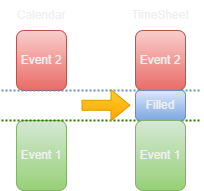
Above: images/Empty_General.png in JanVasko1/KM-Calendar_Reading (draw.io), before the change. Source tidied: cells renumbered, new cells last; positions are measured from the earlier drawing's top-left corner, leaving out a move shared by most shapes.
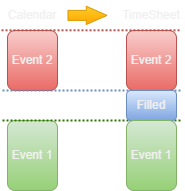
The same file after the commit.

The edit, as a diff of the source:
```diff
@@ -8,32 +8,32 @@
     <mxCell id="3" value="Event 2" style="rounded=1;whiteSpace=wrap;html=1;fillColor=#f8cecc;strokeColor=#b85450;gradientColor=#ea6b66;" parent="1" vertex="1">
       <mxGeometry x="15" y="30" width="50" height="60" as="geometry" />
     </mxCell>
-    <mxCell id="4" style="endArrow=none;dashed=1;html=1;dashPattern=1 1;strokeWidth=2;rounded=0;fillColor=#dae8fc;strokeColor=#6c8ebf;gradientColor=#7ea6e0;" parent="1" edge="1">
-      <mxGeometry relative="1" as="geometry">
-        <mxPoint y="90" as="sourcePoint" />
-        <mxPoint x="200" y="90" as="targetPoint" />
-      </mxGeometry>
+    <mxCell id="4" value="Calendar" style="text;html=1;align=center;verticalAlign=middle;whiteSpace=wrap;rounded=0;" parent="1" vertex="1">
+      <mxGeometry x="10" width="60" height="30" as="geometry" />
     </mxCell>
-    <mxCell id="5" style="endArrow=none;dashed=1;html=1;dashPattern=1 1;strokeWidth=2;rounded=0;fillColor=#60a917;strokeColor=#2D7600;" parent="1" edge="1">
-      <mxGeometry relative="1" as="geometry">
-        <mxPoint y="120" as="sourcePoint" />
-        <mxPoint x="200" y="120" as="targetPoint" />
-      </mxGeometry>
+    <mxCell id="5" value="TimeSheet" style="text;html=1;align=center;verticalAlign=middle;whiteSpace=wrap;rounded=0;" parent="1" vertex="1">
+      <mxGeometry x="129" width="60" height="30" as="geometry" />
     </mxCell>
-    <mxCell id="6" value="Calendar" style="text;html=1;align=center;verticalAlign=middle;whiteSpace=wrap;rounded=0;" parent="1" vertex="1">
-      <mxGeometry x="10" width="60" height="30" as="geometry" />
+    <mxCell id="6" style="shape=flexArrow;endArrow=classic;html=1;rounded=0;fillColor=#ffcd28;gradientColor=#ffa500;strokeColor=#d79b00;endWidth=7.209302325581396;endSize=6.574418604651163;" parent="1" edge="1">
+      <mxGeometry relative="1" as="geometry">
+        <mxPoint x="75" y="14.9" as="sourcePoint" />
+        <mxPoint x="115" y="14.9" as="targetPoint" />
+      </mxGeometry>
     </mxCell>
-    <mxCell id="7" value="TimeSheet" style="text;html=1;align=center;verticalAlign=middle;whiteSpace=wrap;rounded=0;" parent="1" vertex="1">
-      <mxGeometry x="129" width="60" height="30" as="geometry" />
+    <mxCell id="7" style="endArrow=none;dashed=1;html=1;dashPattern=1 1;strokeWidth=2;rounded=0;fillColor=#dae8fc;strokeColor=#6c8ebf;gradientColor=#7ea6e0;" parent="1" edge="1">
+      <mxGeometry relative="1" as="geometry">
+        <mxPoint x="10" y="90" as="sourcePoint" />
+        <mxPoint x="190" y="90" as="targetPoint" />
+      </mxGeometry>
     </mxCell>
-    <mxCell id="8" value="Event 2" style="rounded=1;whiteSpace=wrap;html=1;fillColor=#f8cecc;strokeColor=#b85450;gradientColor=#ea6b66;" parent="1" vertex="1">
-      <mxGeometry x="134" y="30" width="50" height="60" as="geometry" />
+    <mxCell id="8" style="endArrow=none;dashed=1;html=1;dashPattern=1 1;strokeWidth=2;rounded=0;fillColor=#60a917;strokeColor=#2D7600;" parent="1" edge="1">
+      <mxGeometry relative="1" as="geometry">
+        <mxPoint x="10" y="120" as="sourcePoint" />
+        <mxPoint x="190" y="120" as="targetPoint" />
+      </mxGeometry>
     </mxCell>
-    <mxCell id="9" style="shape=flexArrow;endArrow=classic;html=1;rounded=0;fillColor=#ffcd28;gradientColor=#ffa500;strokeColor=#d79b00;" parent="1" edge="1">
-      <mxGeometry relative="1" as="geometry">
-        <mxPoint x="80" y="104.8" as="sourcePoint" />
-        <mxPoint x="129" y="104.8" as="targetPoint" />
-      </mxGeometry>
+    <mxCell id="9" value="Event 2" style="rounded=1;whiteSpace=wrap;html=1;fillColor=#f8cecc;strokeColor=#b85450;gradientColor=#ea6b66;" parent="1" vertex="1">
+      <mxGeometry x="134" y="30" width="50" height="60" as="geometry" />
     </mxCell>
     <mxCell id="10" value="Filled" style="rounded=1;whiteSpace=wrap;html=1;fillColor=#dae8fc;strokeColor=#6c8ebf;gradientColor=#7ea6e0;" parent="1" vertex="1">
       <mxGeometry x="134" y="90" width="50" height="30" as="geometry" />
@@ -41,5 +41,11 @@
     <mxCell id="11" value="Event 1" style="rounded=1;whiteSpace=wrap;html=1;fillColor=#d5e8d4;strokeColor=#82b366;gradientColor=#97d077;" parent="1" vertex="1">
       <mxGeometry x="134" y="120" width="50" height="70" as="geometry" />
     </mxCell>
+    <mxCell id="12" style="endArrow=none;dashed=1;html=1;dashPattern=1 1;strokeWidth=2;rounded=0;fillColor=#f8cecc;strokeColor=#b85450;gradientColor=#ea6b66;" parent="1" edge="1">
+      <mxGeometry relative="1" as="geometry">
+        <mxPoint x="9" y="29.8" as="sourcePoint" />
+        <mxPoint x="189" y="29.8" as="targetPoint" />
+      </mxGeometry>
+    </mxCell>
   </root>
 </mxGraphModel>
```
